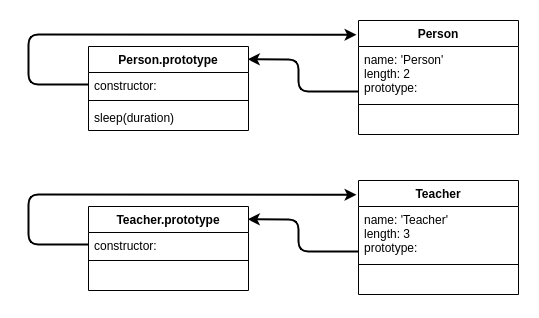
Before: SoftwareDevelopment/WebDevelopment/JavaScript/pictures/constructorFunctionInheritanceStep3.png, a diagram exported from draw.io (lcov29/knowledgeBase). Source tidied: cells renumbered, new cells last; positions are measured from the earlier drawing's top-left corner, leaving out a move shared by most shapes.
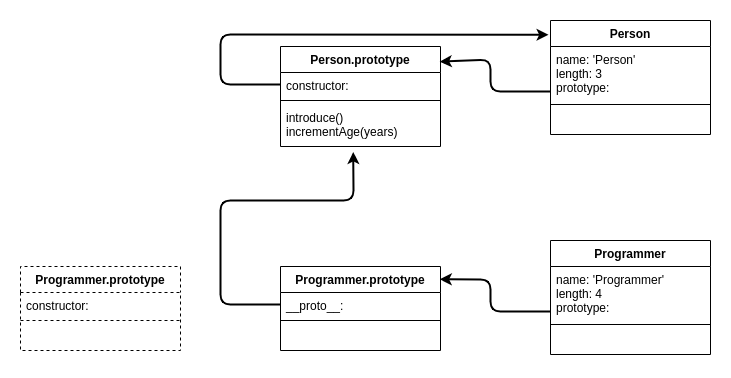
After the commit.

Change to the diagram source:
```diff
@@ -3,9 +3,9 @@
     <mxCell id="0" />
     <mxCell id="1" parent="0" />
     <mxCell id="2" value="Person" style="swimlane;fontStyle=1;align=center;verticalAlign=top;horizontal=1;startSize=26;" parent="1" vertex="1">
-      <mxGeometry x="330" width="160" height="114" as="geometry" />
+      <mxGeometry x="340" y="590" width="160" height="114" as="geometry" />
     </mxCell>
-    <mxCell id="3" value="name: 'Person'&#10;length: 2&#10;prototype:" style="text;strokeColor=none;fillColor=none;align=left;verticalAlign=top;spacingLeft=4;spacingRight=4;overflow=hidden;points=[[0,0.5],[1,0.5]];portConstraint=eastwest;" parent="2" vertex="1">
+    <mxCell id="3" value="name: 'Person'&#10;length: 3&#10;prototype:" style="text;strokeColor=none;fillColor=none;align=left;verticalAlign=top;spacingLeft=4;spacingRight=4;overflow=hidden;points=[[0,0.5],[1,0.5]];portConstraint=eastwest;" parent="2" vertex="1">
       <mxGeometry y="26" width="160" height="54" as="geometry" />
     </mxCell>
     <mxCell id="4" style="line;strokeWidth=1;fillColor=none;align=left;verticalAlign=middle;spacingTop=-1;spacingLeft=3;spacingRight=3;labelPosition=right;" parent="2" vertex="1">
@@ -15,7 +15,7 @@
       <mxGeometry y="88" width="160" height="26" as="geometry" />
     </mxCell>
     <mxCell id="6" value="Person.prototype" style="swimlane;fontStyle=1;align=center;verticalAlign=top;horizontal=1;startSize=26;" parent="1" vertex="1">
-      <mxGeometry x="60" y="26" width="160" height="84" as="geometry" />
+      <mxGeometry x="70" y="616" width="160" height="100" as="geometry" />
     </mxCell>
     <mxCell id="7" value="constructor:" style="text;strokeColor=none;fillColor=none;align=left;verticalAlign=top;spacingLeft=4;spacingRight=4;overflow=hidden;points=[[0,0.5],[1,0.5]];portConstraint=eastwest;" parent="6" vertex="1">
       <mxGeometry y="26" width="160" height="24" as="geometry" />
@@ -23,29 +23,29 @@
     <mxCell id="8" style="line;strokeWidth=1;fillColor=none;align=left;verticalAlign=middle;spacingTop=-1;spacingLeft=3;spacingRight=3;labelPosition=right;" parent="6" vertex="1">
       <mxGeometry y="50" width="160" height="8" as="geometry" />
     </mxCell>
-    <mxCell id="9" value="sleep(duration)" style="text;strokeColor=none;fillColor=none;align=left;verticalAlign=top;spacingLeft=4;spacingRight=4;overflow=hidden;points=[[0,0.5],[1,0.5]];portConstraint=eastwest;" parent="6" vertex="1">
-      <mxGeometry y="58" width="160" height="26" as="geometry" />
+    <mxCell id="9" value="introduce()&#10;incrementAge(years)" style="text;strokeColor=none;fillColor=none;align=left;verticalAlign=top;spacingLeft=4;spacingRight=4;overflow=hidden;points=[[0,0.5],[1,0.5]];portConstraint=eastwest;" parent="6" vertex="1">
+      <mxGeometry y="58" width="160" height="42" as="geometry" />
     </mxCell>
     <mxCell id="10" style="endArrow=classic;html=1;strokeWidth=2;exitX=0.003;exitY=0.833;exitDx=0;exitDy=0;exitPerimeter=0;entryX=0.995;entryY=0.152;entryDx=0;entryDy=0;entryPerimeter=0;" parent="1" edge="1" source="3" target="6">
       <mxGeometry relative="1" as="geometry">
         <Array as="points">
-          <mxPoint x="270" y="71" />
-          <mxPoint x="270" y="39" />
+          <mxPoint x="280" y="661" />
+          <mxPoint x="280" y="629" />
         </Array>
       </mxGeometry>
     </mxCell>
     <mxCell id="11" style="endArrow=classic;html=1;strokeWidth=2;exitX=0;exitY=0.5;exitDx=0;exitDy=0;entryX=-0.012;entryY=0.125;entryDx=0;entryDy=0;entryPerimeter=0;" parent="1" edge="1" source="7" target="2">
       <mxGeometry relative="1" as="geometry">
         <Array as="points">
-          <mxPoint y="64" />
-          <mxPoint y="14" />
+          <mxPoint x="10" y="654" />
+          <mxPoint x="10" y="604" />
         </Array>
       </mxGeometry>
     </mxCell>
-    <mxCell id="12" value="Teacher" style="swimlane;fontStyle=1;align=center;verticalAlign=top;horizontal=1;startSize=26;" parent="1" vertex="1">
-      <mxGeometry x="330" y="160" width="160" height="114" as="geometry" />
+    <mxCell id="12" value="Programmer" style="swimlane;fontStyle=1;align=center;verticalAlign=top;horizontal=1;startSize=26;" parent="1" vertex="1">
+      <mxGeometry x="340" y="810" width="160" height="114" as="geometry" />
     </mxCell>
-    <mxCell id="13" value="name: 'Teacher'&#10;length: 3&#10;prototype:" style="text;strokeColor=none;fillColor=none;align=left;verticalAlign=top;spacingLeft=4;spacingRight=4;overflow=hidden;points=[[0,0.5],[1,0.5]];portConstraint=eastwest;" parent="12" vertex="1">
+    <mxCell id="13" value="name: 'Programmer'&#10;length: 4&#10;prototype:" style="text;strokeColor=none;fillColor=none;align=left;verticalAlign=top;spacingLeft=4;spacingRight=4;overflow=hidden;points=[[0,0.5],[1,0.5]];portConstraint=eastwest;" parent="12" vertex="1">
       <mxGeometry y="26" width="160" height="54" as="geometry" />
     </mxCell>
     <mxCell id="14" style="line;strokeWidth=1;fillColor=none;align=left;verticalAlign=middle;spacingTop=-1;spacingLeft=3;spacingRight=3;labelPosition=right;" parent="12" vertex="1">
@@ -54,10 +54,10 @@
     <mxCell id="15" value=" " style="text;strokeColor=none;fillColor=none;align=left;verticalAlign=top;spacingLeft=4;spacingRight=4;overflow=hidden;" parent="12" vertex="1">
       <mxGeometry y="88" width="160" height="26" as="geometry" />
     </mxCell>
-    <mxCell id="16" value="Teacher.prototype" style="swimlane;fontStyle=1;align=center;verticalAlign=top;horizontal=1;startSize=26;" parent="1" vertex="1">
-      <mxGeometry x="60" y="186" width="160" height="84" as="geometry" />
+    <mxCell id="16" value="Programmer.prototype" style="swimlane;fontStyle=1;align=center;verticalAlign=top;horizontal=1;startSize=26;" parent="1" vertex="1">
+      <mxGeometry x="70" y="836" width="160" height="84" as="geometry" />
     </mxCell>
-    <mxCell id="17" value="constructor:" style="text;strokeColor=none;fillColor=none;align=left;verticalAlign=top;spacingLeft=4;spacingRight=4;overflow=hidden;points=[[0,0.5],[1,0.5]];portConstraint=eastwest;" parent="16" vertex="1">
+    <mxCell id="17" value="__proto__:" style="text;strokeColor=none;fillColor=none;align=left;verticalAlign=top;spacingLeft=4;spacingRight=4;overflow=hidden;points=[[0,0.5],[1,0.5]];portConstraint=eastwest;" parent="16" vertex="1">
       <mxGeometry y="26" width="160" height="24" as="geometry" />
     </mxCell>
     <mxCell id="18" style="line;strokeWidth=1;fillColor=none;align=left;verticalAlign=middle;spacingTop=-1;spacingLeft=3;spacingRight=3;labelPosition=right;" parent="16" vertex="1">
@@ -69,18 +69,31 @@
     <mxCell id="20" style="endArrow=classic;html=1;strokeWidth=2;exitX=0.003;exitY=0.833;exitDx=0;exitDy=0;exitPerimeter=0;entryX=0.995;entryY=0.152;entryDx=0;entryDy=0;entryPerimeter=0;" parent="1" edge="1" source="13" target="16">
       <mxGeometry relative="1" as="geometry">
         <Array as="points">
-          <mxPoint x="270" y="231" />
-          <mxPoint x="270" y="199" />
+          <mxPoint x="280" y="881" />
+          <mxPoint x="280" y="849" />
         </Array>
       </mxGeometry>
     </mxCell>
-    <mxCell id="21" style="endArrow=classic;html=1;strokeWidth=2;exitX=0;exitY=0.5;exitDx=0;exitDy=0;entryX=-0.012;entryY=0.125;entryDx=0;entryDy=0;entryPerimeter=0;" parent="1" edge="1" source="17" target="12">
+    <mxCell id="21" style="endArrow=classic;html=1;strokeWidth=2;exitX=0;exitY=0.5;exitDx=0;exitDy=0;entryX=0.455;entryY=1.131;entryDx=0;entryDy=0;entryPerimeter=0;" parent="1" edge="1" source="17" target="9">
       <mxGeometry relative="1" as="geometry">
         <Array as="points">
-          <mxPoint y="224" />
-          <mxPoint y="174" />
+          <mxPoint x="10" y="874" />
+          <mxPoint x="10" y="770" />
+          <mxPoint x="143" y="770" />
         </Array>
       </mxGeometry>
     </mxCell>
+    <mxCell id="22" value="Programmer.prototype" style="swimlane;fontStyle=1;align=center;verticalAlign=top;horizontal=1;startSize=26;dashed=1;" parent="1" vertex="1">
+      <mxGeometry x="-190" y="836" width="160" height="84" as="geometry" />
+    </mxCell>
+    <mxCell id="23" value="constructor:" style="text;strokeColor=none;fillColor=none;align=left;verticalAlign=top;spacingLeft=4;spacingRight=4;overflow=hidden;" parent="22" vertex="1">
+      <mxGeometry y="26" width="160" height="24" as="geometry" />
+    </mxCell>
+    <mxCell id="24" style="line;strokeWidth=1;fillColor=none;align=left;verticalAlign=middle;spacingTop=-1;spacingLeft=3;spacingRight=3;labelPosition=right;dashed=1;" parent="22" vertex="1">
+      <mxGeometry y="50" width="160" height="8" as="geometry" />
+    </mxCell>
+    <mxCell id="25" value=" " style="text;strokeColor=none;fillColor=none;align=left;verticalAlign=top;spacingLeft=4;spacingRight=4;overflow=hidden;" parent="22" vertex="1">
+      <mxGeometry y="58" width="160" height="26" as="geometry" />
+    </mxCell>
   </root>
 </mxGraphModel>
```
